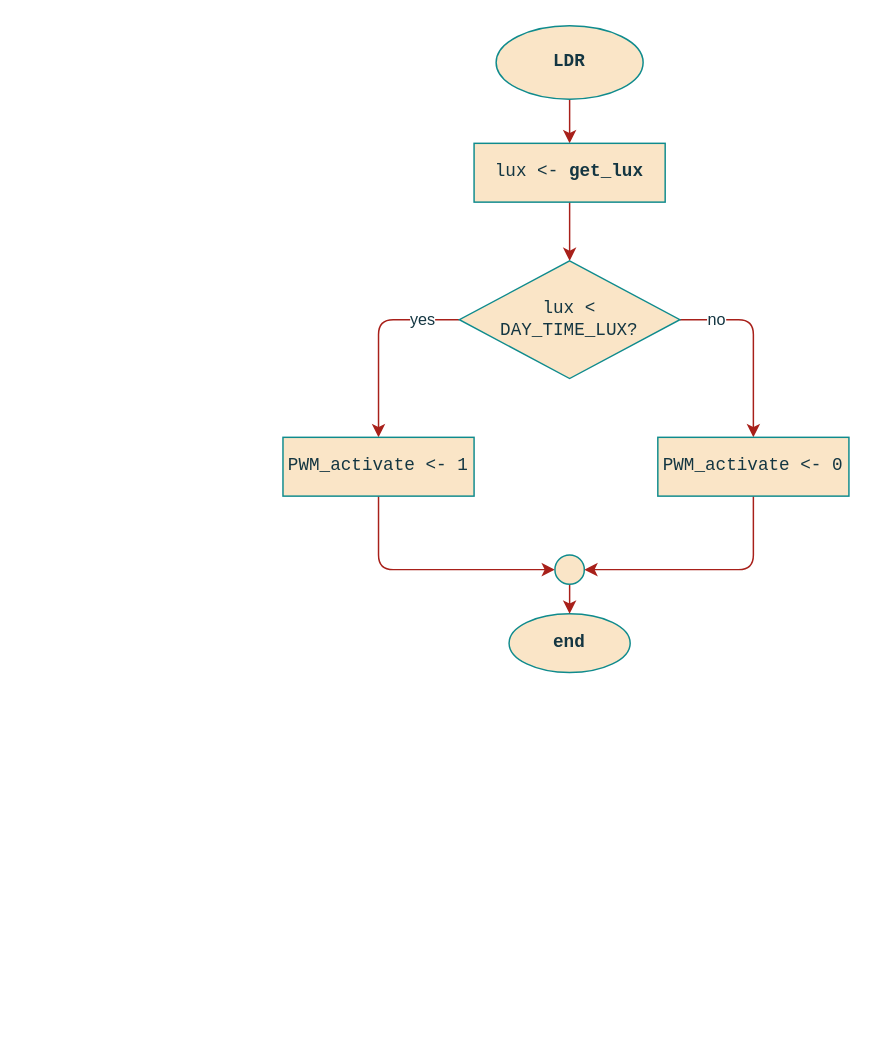
This is page "LDR" (2 of 3) of project/report/flowcharts/Sensors.drawio from ESRGgroup9/slipad, a draw.io file, before an edit. Source tidied: cells renumbered, new cells numbered last; positions are measured from the earlier drawing's top-left corner, leaving out a move shared by most shapes. Both pictures are drawn from the tidied source at 147%, with x=0, y=0 at pixel (282, 25).
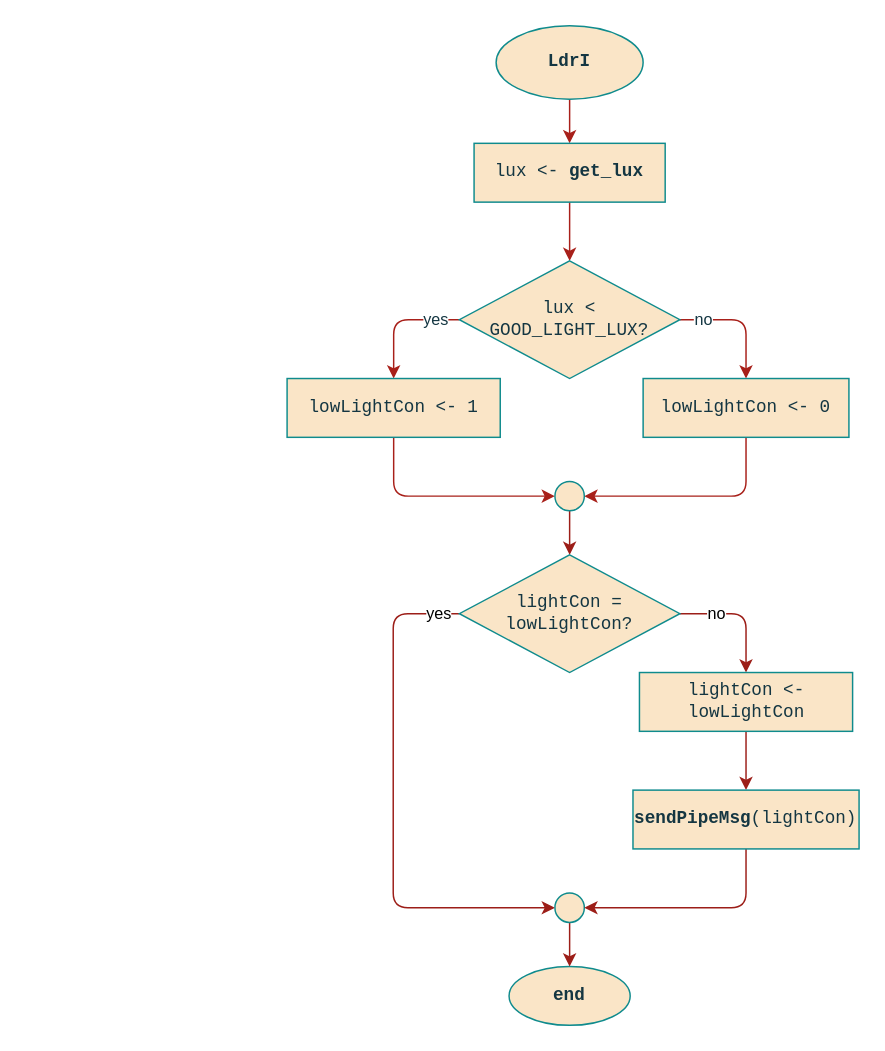
Above is the later version.

What changed in the source:
```diff
@@
-    <mxCell id="3" value="&lt;b&gt;LDR&lt;/b&gt;" style="ellipse;whiteSpace=wrap;html=1;fontFamily=Courier New;fillColor=#FAE5C7;strokeColor=#0F8B8D;fontColor=#143642;" parent="1" vertex="1">
+    <mxCell id="3" value="&lt;b&gt;LdrI&lt;/b&gt;" style="ellipse;whiteSpace=wrap;html=1;fontFamily=Courier New;fillColor=#FAE5C7;strokeColor=#0F8B8D;fontColor=#143642;" parent="1" vertex="1">
       <mxGeometry x="145" width="100" height="50" as="geometry" />
     </mxCell>
@@
     <mxCell id="6" value="&lt;b&gt;end&lt;/b&gt;" style="ellipse;whiteSpace=wrap;html=1;rounded=0;sketch=0;fontFamily=Courier New;fontColor=#143642;strokeColor=#0F8B8D;fillColor=#FAE5C7;" parent="1" vertex="1">
-      <mxGeometry x="153.8" y="400" width="82.4" height="40" as="geometry" />
+      <mxGeometry x="153.8" y="640" width="82.4" height="40" as="geometry" />
     </mxCell>
@@
-    <mxCell id="9" value="&lt;div&gt;lux &amp;lt; &lt;br&gt;&lt;/div&gt;&lt;div&gt;DAY_TIME_LUX?&lt;/div&gt;" style="rhombus;whiteSpace=wrap;html=1;rounded=0;sketch=0;fontColor=#143642;strokeColor=#0F8B8D;fillColor=#FAE5C7;fontFamily=Courier New;" parent="1" vertex="1">
+    <mxCell id="9" value="&lt;div&gt;lux &amp;lt; &lt;br&gt;&lt;/div&gt;&lt;div&gt;GOOD_LIGHT_LUX?&lt;/div&gt;" style="rhombus;whiteSpace=wrap;html=1;rounded=0;sketch=0;fontColor=#143642;strokeColor=#0F8B8D;fillColor=#FAE5C7;fontFamily=Courier New;" parent="1" vertex="1">
       <mxGeometry x="120" y="160" width="150" height="80" as="geometry" />
     </mxCell>
@@
-    <mxCell id="11" value="PWM_activate &amp;lt;- 1" style="rounded=0;whiteSpace=wrap;html=1;sketch=0;fontColor=#143642;strokeColor=#0F8B8D;fillColor=#FAE5C7;fontFamily=Courier New;" parent="1" vertex="1">
-      <mxGeometry y="280" width="130" height="40" as="geometry" />
+    <mxCell id="11" value="lowLightCon &amp;lt;- 1" style="rounded=0;whiteSpace=wrap;html=1;sketch=0;fontColor=#143642;strokeColor=#0F8B8D;fillColor=#FAE5C7;fontFamily=Courier New;" parent="1" vertex="1">
+      <mxGeometry x="2.8" y="240" width="145" height="40" as="geometry" />
     </mxCell>
-    <mxCell id="12" style="edgeStyle=orthogonalEdgeStyle;curved=0;rounded=1;sketch=0;jettySize=auto;html=1;entryX=1;entryY=0.5;entryDx=0;entryDy=0;fontColor=#143642;strokeColor=#A8201A;fillColor=#FAE5C7;" parent="1" edge="1" source="13" target="15">
+    <mxCell id="12" style="edgeStyle=orthogonalEdgeStyle;curved=0;rounded=1;sketch=0;jettySize=auto;html=1;entryX=1;entryY=0.5;entryDx=0;entryDy=0;fontColor=#143642;strokeColor=#A8201A;fillColor=#FAE5C7;exitX=0.5;exitY=1;exitDx=0;exitDy=0;" parent="1" edge="1" source="13" target="15">
       <mxGeometry relative="1" as="geometry">
         <Array as="points">
-          <mxPoint x="320" y="370" />
+          <mxPoint x="315" y="320" />
         </Array>
       </mxGeometry>
     </mxCell>
-    <mxCell id="13" value="PWM_activate &amp;lt;- 0" style="rounded=0;whiteSpace=wrap;html=1;sketch=0;fontColor=#143642;strokeColor=#0F8B8D;fillColor=#FAE5C7;fontFamily=Courier New;" parent="1" vertex="1">
-      <mxGeometry x="255" y="280" width="130" height="40" as="geometry" />
+    <mxCell id="13" value="lowLightCon &amp;lt;- 0" style="rounded=0;whiteSpace=wrap;html=1;sketch=0;fontColor=#143642;strokeColor=#0F8B8D;fillColor=#FAE5C7;fontFamily=Courier New;" parent="1" vertex="1">
+      <mxGeometry x="245" y="240" width="140" height="40" as="geometry" />
     </mxCell>
-    <mxCell id="14" style="edgeStyle=orthogonalEdgeStyle;curved=0;rounded=1;sketch=0;jettySize=auto;html=1;exitX=0.5;exitY=1;exitDx=0;exitDy=0;entryX=0.5;entryY=0;entryDx=0;entryDy=0;fontColor=#143642;strokeColor=#A8201A;fillColor=#FAE5C7;" parent="1" edge="1" source="15" target="6">
-      <mxGeometry relative="1" as="geometry" />
-    </mxCell>
+    <mxCell id="16" style="edgeStyle=orthogonalEdgeStyle;rounded=0;jettySize=auto;html=1;strokeColor=#9C1E18;" parent="1" edge="1" source="15" target="20">
+      <mxGeometry relative="1" as="geometry" />
+    </mxCell>
     <mxCell id="15" style="ellipse;whiteSpace=wrap;html=1;rounded=0;sketch=0;fontColor=#143642;strokeColor=#0F8B8D;fillColor=#FAE5C7;" parent="1" vertex="1">
-      <mxGeometry x="185" y="360" width="20" height="20" as="geometry" />
+      <mxGeometry x="185" y="310" width="20" height="20" as="geometry" />
     </mxCell>
+    <mxCell id="17" value=" " style="text;html=1;align=center;verticalAlign=middle;strokeColor=none;fillColor=none;" parent="1" vertex="1">
+      <mxGeometry x="-175" y="5" width="20" height="10" as="geometry" />
+    </mxCell>
+    <mxCell id="18" value="no" style="edgeStyle=orthogonalEdgeStyle;rounded=1;jettySize=auto;html=1;entryX=0.5;entryY=0;entryDx=0;entryDy=0;strokeColor=#9C1E18;" parent="1" edge="1" source="20" target="24">
+      <mxGeometry x="-0.41" relative="1" as="geometry">
+        <Array as="points">
+          <mxPoint x="315" y="400" />
+        </Array>
+      </mxGeometry>
+    </mxCell>
+    <mxCell id="19" value="yes" style="edgeStyle=orthogonalEdgeStyle;rounded=1;jettySize=auto;html=1;entryX=0;entryY=0.5;entryDx=0;entryDy=0;strokeColor=#9C1E18;" parent="1" edge="1" source="20" target="22">
+      <mxGeometry x="-0.92" relative="1" as="geometry">
+        <Array as="points">
+          <mxPoint x="75" y="400" />
+          <mxPoint x="75" y="600" />
+        </Array>
+      </mxGeometry>
+    </mxCell>
+    <mxCell id="20" value="&lt;div&gt;lightCon =&lt;/div&gt;&lt;div&gt;lowLightCon?&lt;/div&gt;" style="rhombus;whiteSpace=wrap;html=1;rounded=0;sketch=0;fontColor=#143642;strokeColor=#0F8B8D;fillColor=#FAE5C7;fontFamily=Courier New;" parent="1" vertex="1">
+      <mxGeometry x="120" y="360" width="150" height="80" as="geometry" />
+    </mxCell>
+    <mxCell id="21" style="edgeStyle=orthogonalEdgeStyle;rounded=1;jettySize=auto;html=1;strokeColor=#9C1E18;" parent="1" edge="1" source="22" target="6">
+      <mxGeometry relative="1" as="geometry" />
+    </mxCell>
+    <mxCell id="22" style="ellipse;whiteSpace=wrap;html=1;rounded=0;sketch=0;fontColor=#143642;strokeColor=#0F8B8D;fillColor=#FAE5C7;" parent="1" vertex="1">
+      <mxGeometry x="185" y="590" width="20" height="20" as="geometry" />
+    </mxCell>
+    <mxCell id="23" style="edgeStyle=orthogonalEdgeStyle;rounded=1;jettySize=auto;html=1;strokeColor=#9C1E18;" parent="1" edge="1" source="24" target="26">
+      <mxGeometry relative="1" as="geometry" />
+    </mxCell>
+    <mxCell id="24" value="lightCon &amp;lt;- lowLightCon" style="rounded=0;whiteSpace=wrap;html=1;sketch=0;fontColor=#143642;strokeColor=#0F8B8D;fillColor=#FAE5C7;fontFamily=Courier New;" parent="1" vertex="1">
+      <mxGeometry x="242.5" y="440" width="145" height="40" as="geometry" />
+    </mxCell>
+    <mxCell id="25" style="edgeStyle=orthogonalEdgeStyle;rounded=1;jettySize=auto;html=1;entryX=1;entryY=0.5;entryDx=0;entryDy=0;strokeColor=#9C1E18;" parent="1" edge="1" source="26" target="22">
+      <mxGeometry relative="1" as="geometry">
+        <Array as="points">
+          <mxPoint x="315" y="600" />
+        </Array>
+      </mxGeometry>
+    </mxCell>
+    <mxCell id="26" value="&lt;b&gt;sendPipeMsg&lt;/b&gt;(lightCon)" style="rounded=0;whiteSpace=wrap;html=1;sketch=0;fontColor=#143642;strokeColor=#0F8B8D;fillColor=#FAE5C7;fontFamily=Courier New;" parent="1" vertex="1">
+      <mxGeometry x="238.1" y="520" width="153.8" height="40" as="geometry" />
+    </mxCell>
```
